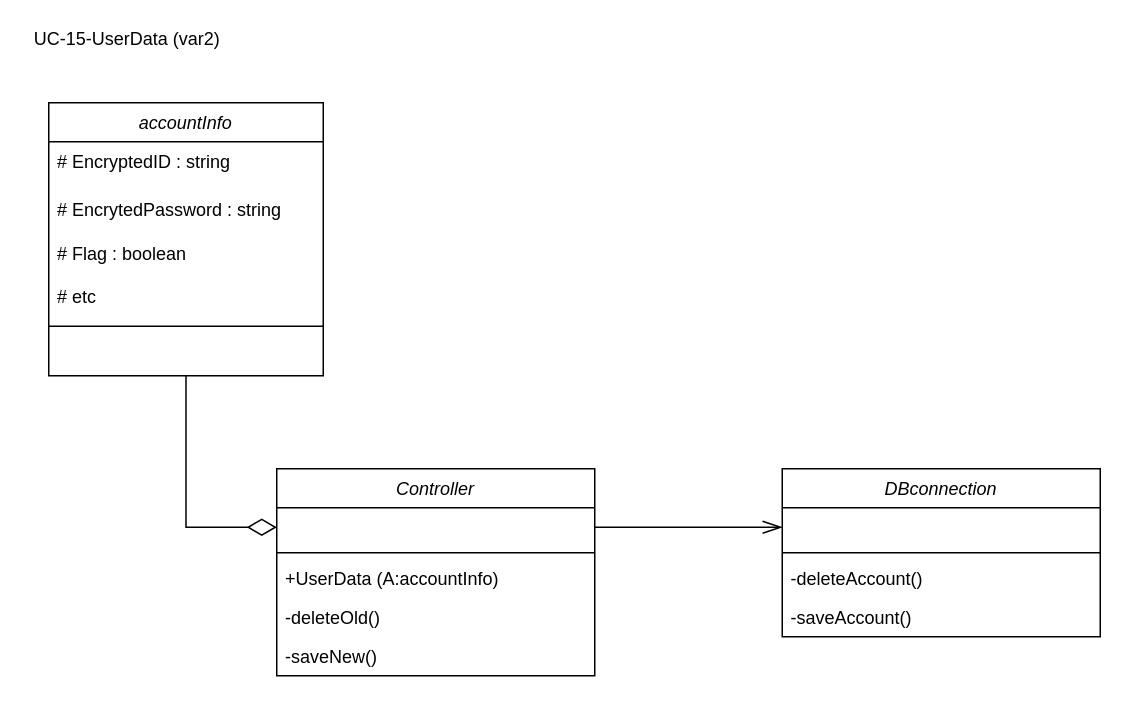
Earlier version of the draw.io diagram Documents/subgroup1/CD-UC-15.drawio (hanabzu/Warehouse-Management-System). Source tidied: cells renumbered, new cells numbered last; positions are measured from the earlier drawing's top-left corner, leaving out a move shared by most shapes. Both pictures are drawn from the tidied source at 150%, with x=0, y=0 at pixel (26, 26).
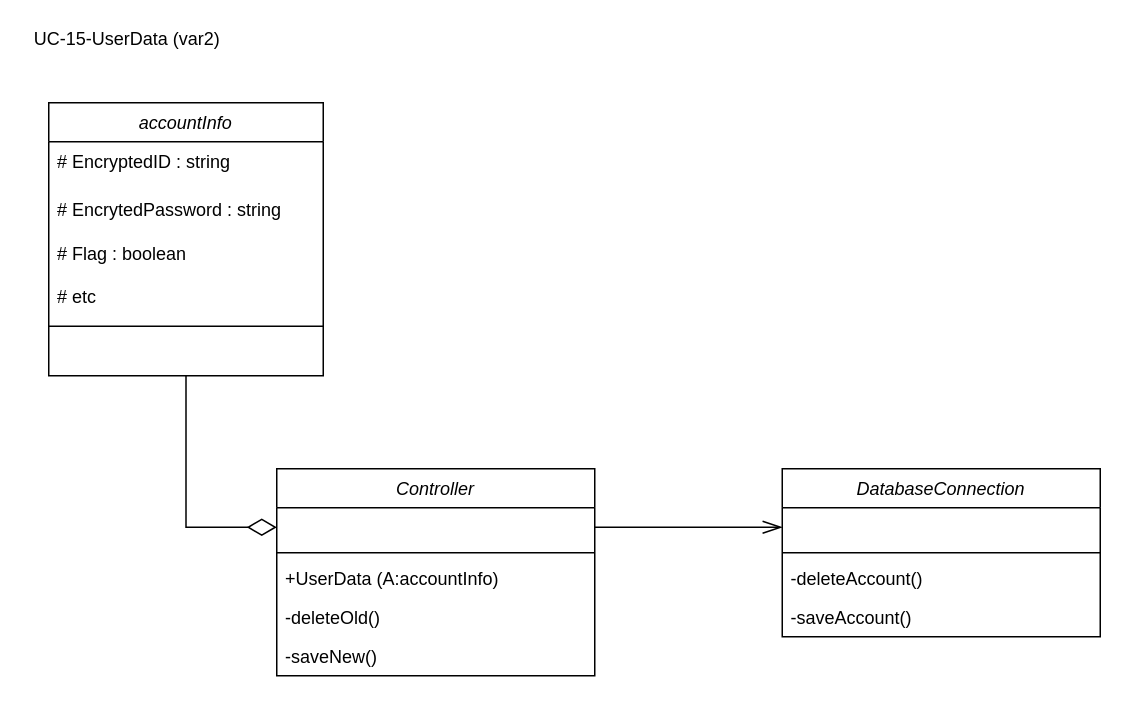
Above is the later version.

What changed in the source:
```diff
@@
-    <mxCell id="16" value="DBconnection" style="swimlane;fontStyle=2;align=center;verticalAlign=top;horizontal=1;startSize=26;rounded=0;shadow=0;strokeWidth=1;" parent="1" vertex="1">
+    <mxCell id="16" value="DatabaseConnection" style="swimlane;fontStyle=2;align=center;verticalAlign=top;horizontal=1;startSize=26;rounded=0;shadow=0;strokeWidth=1;" parent="1" vertex="1">
       <mxGeometry x="504" y="295" width="212" height="112" as="geometry" />
     </mxCell>
```
